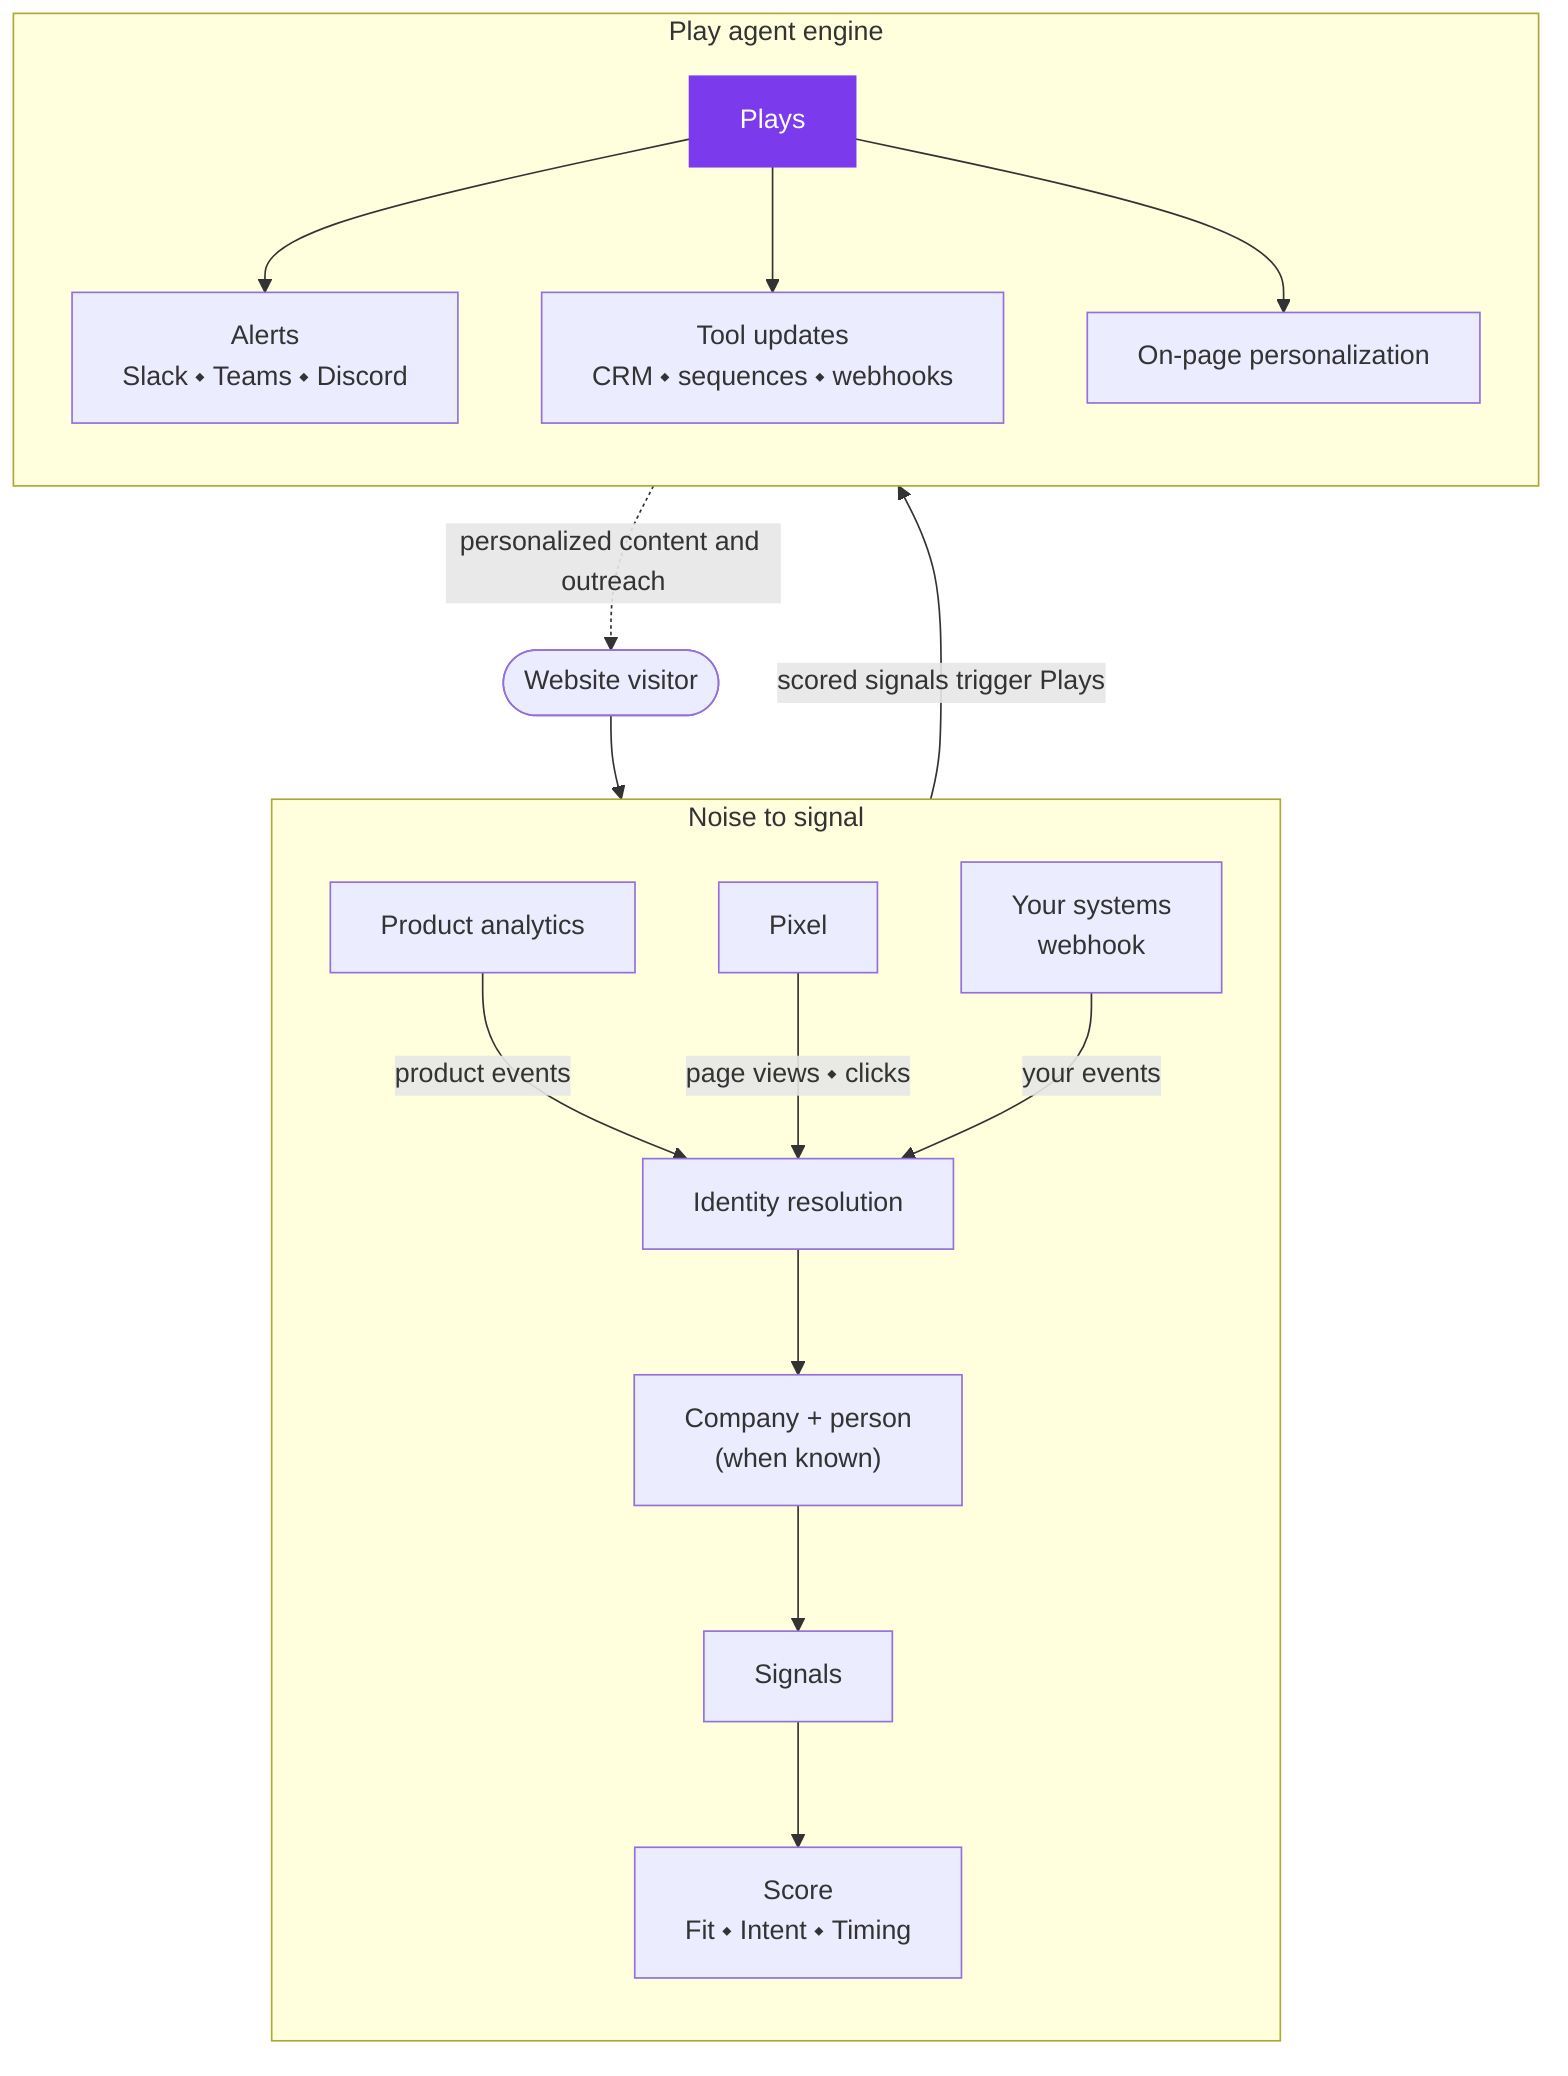
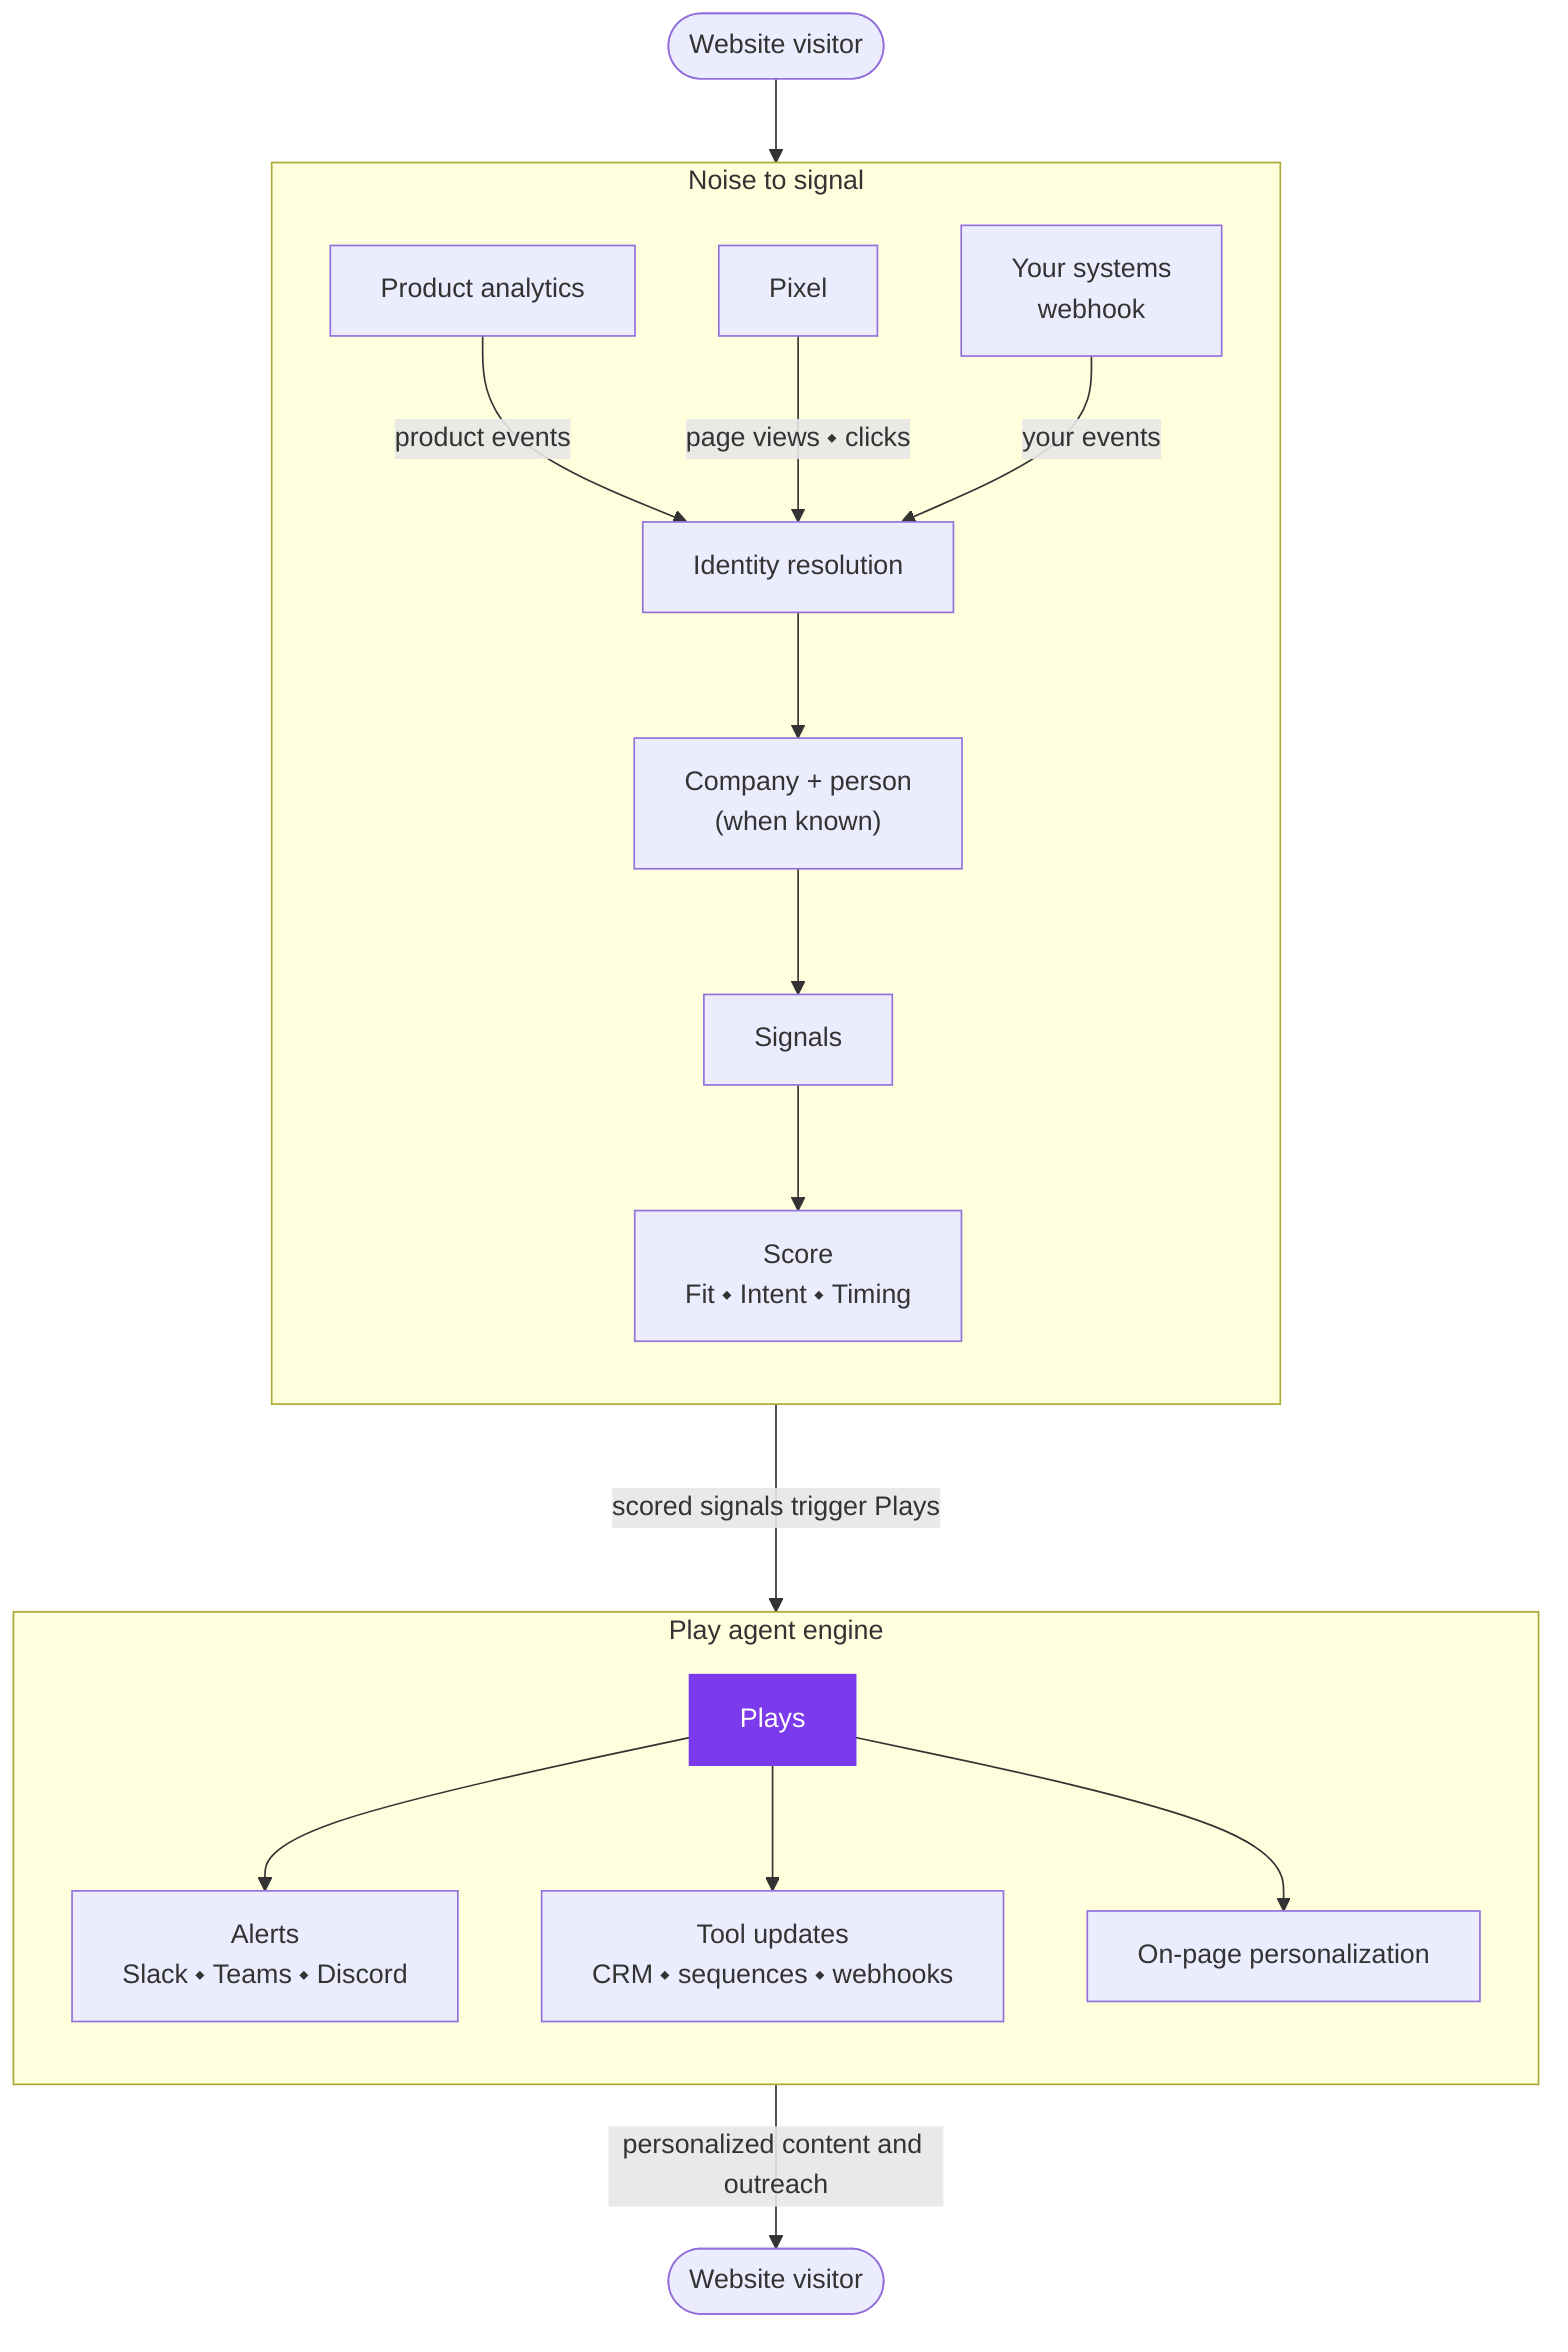
flowchart TB
    V([Website visitor]) --> P
    subgraph NS ["Noise to signal"]
        direction TB
        PH[Product analytics] -->|"product events"| ID[Identity resolution]
        P[Pixel] -->|"page views ⬩ clicks"| ID
        WH[Your systems<br/>webhook] -->|"your events"| ID
        ID --> CO["Company + person<br/>(when known)"]
        CO --> S[Signals]
        S --> SC["Score<br/>Fit&nbsp;⬩&nbsp;Intent&nbsp;⬩&nbsp;Timing"]
    end
    subgraph PE ["Play agent engine"]
        direction TB
        PL[Plays]:::accent --> O1["Alerts<br/>Slack&nbsp;⬩&nbsp;Teams&nbsp;⬩&nbsp;Discord"]
        PL --> O2["Tool updates<br/>CRM&nbsp;⬩&nbsp;sequences&nbsp;⬩&nbsp;webhooks"]
        PL --> O3["On-page personalization"]
    end
    SC --->|"scored signals trigger Plays"| PL
-     PE -.->|"personalized content and outreach"| V
+     O2 -->|"personalized content and outreach"| V2([Website visitor])
    classDef accent fill:#7C3AED,stroke:#7C3AED,color:#FFFFFF
